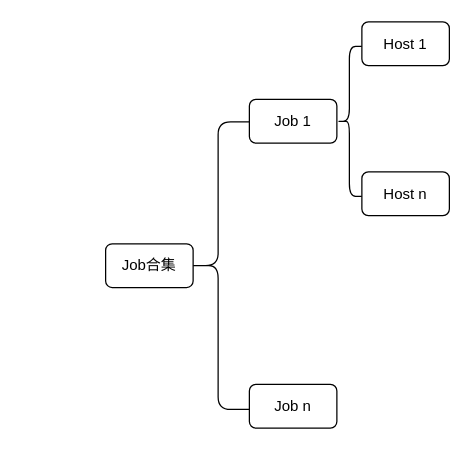
Earlier version of the draw.io diagram ansible.drawio (xuanzc/myGitHub). Source tidied: cells renumbered, new cells numbered last; positions are measured from the earlier drawing's top-left corner, leaving out a move shared by most shapes. Both pictures are drawn from the tidied source at 125%, with x=0, y=0 at pixel (105, 21).
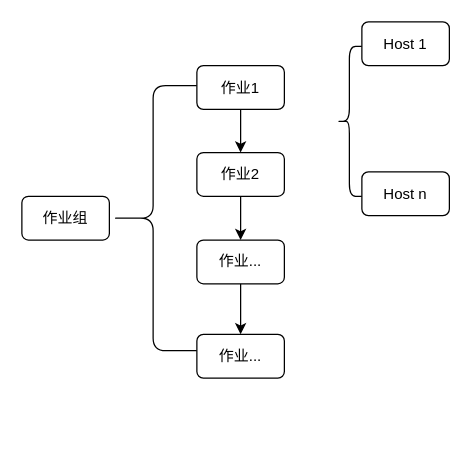
The same diagram, later.

Change to the diagram source:
```diff
@@
 <mxGraphModel>
   <root>
     <mxCell id="0" />
     <mxCell id="1" parent="0" />
     <mxCell id="2" style="shape=curlyBracket;whiteSpace=wrap;html=1;rounded=1;" parent="1" vertex="1">
-      <mxGeometry x="65" y="80" width="50" height="230" as="geometry" />
+      <mxGeometry x="3" y="51" width="70" height="212" as="geometry" />
     </mxCell>
-    <mxCell id="3" value="Job合集" style="whiteSpace=wrap;html=1;rounded=1;" parent="1" vertex="1">
-      <mxGeometry y="177.5" width="70" height="35" as="geometry" />
+    <mxCell id="3" value="作业组" style="whiteSpace=wrap;html=1;rounded=1;" parent="1" vertex="1">
+      <mxGeometry x="-67" y="139.5" width="70" height="35" as="geometry" />
     </mxCell>
+    <mxCell id="9" style="edgeStyle=orthogonalEdgeStyle;rounded=0;jettySize=auto;html=1;" parent="1" edge="1" source="4" target="11">
+      <mxGeometry relative="1" as="geometry" />
+    </mxCell>
-    <mxCell id="4" value="Job 1" style="whiteSpace=wrap;html=1;rounded=1;" parent="1" vertex="1">
-      <mxGeometry x="115" y="62" width="70" height="35" as="geometry" />
+    <mxCell id="4" value="作业1" style="whiteSpace=wrap;html=1;rounded=1;" parent="1" vertex="1">
+      <mxGeometry x="73" y="35" width="70" height="35" as="geometry" />
     </mxCell>
-    <mxCell id="5" value="Job n" style="whiteSpace=wrap;html=1;rounded=1;" parent="1" vertex="1">
-      <mxGeometry x="115" y="290" width="70" height="35" as="geometry" />
-    </mxCell>
     <mxCell id="6" style="shape=curlyBracket;whiteSpace=wrap;html=1;rounded=1;" parent="1" vertex="1">
       <mxGeometry x="185" y="19.5" width="20" height="120" as="geometry" />
     </mxCell>
     <mxCell id="7" value="Host 1" style="whiteSpace=wrap;html=1;rounded=1;" parent="1" vertex="1">
       <mxGeometry x="205" width="70" height="35" as="geometry" />
     </mxCell>
     <mxCell id="8" value="Host n" style="whiteSpace=wrap;html=1;rounded=1;" parent="1" vertex="1">
       <mxGeometry x="205" y="120" width="70" height="35" as="geometry" />
     </mxCell>
+    <mxCell id="10" style="edgeStyle=orthogonalEdgeStyle;rounded=0;jettySize=auto;html=1;" parent="1" edge="1" source="11" target="13">
+      <mxGeometry relative="1" as="geometry" />
+    </mxCell>
+    <mxCell id="11" value="作业2" style="whiteSpace=wrap;html=1;rounded=1;" parent="1" vertex="1">
+      <mxGeometry x="73" y="104.5" width="70" height="35" as="geometry" />
+    </mxCell>
+    <mxCell id="12" style="edgeStyle=orthogonalEdgeStyle;rounded=0;jettySize=auto;html=1;" parent="1" edge="1" source="13" target="14">
+      <mxGeometry relative="1" as="geometry" />
+    </mxCell>
+    <mxCell id="13" value="作业..." style="whiteSpace=wrap;html=1;rounded=1;" parent="1" vertex="1">
+      <mxGeometry x="73" y="174.5" width="70" height="35" as="geometry" />
+    </mxCell>
+    <mxCell id="14" value="作业..." style="whiteSpace=wrap;html=1;rounded=1;" parent="1" vertex="1">
+      <mxGeometry x="73" y="250" width="70" height="35" as="geometry" />
+    </mxCell>
   </root>
 </mxGraphModel>
```
